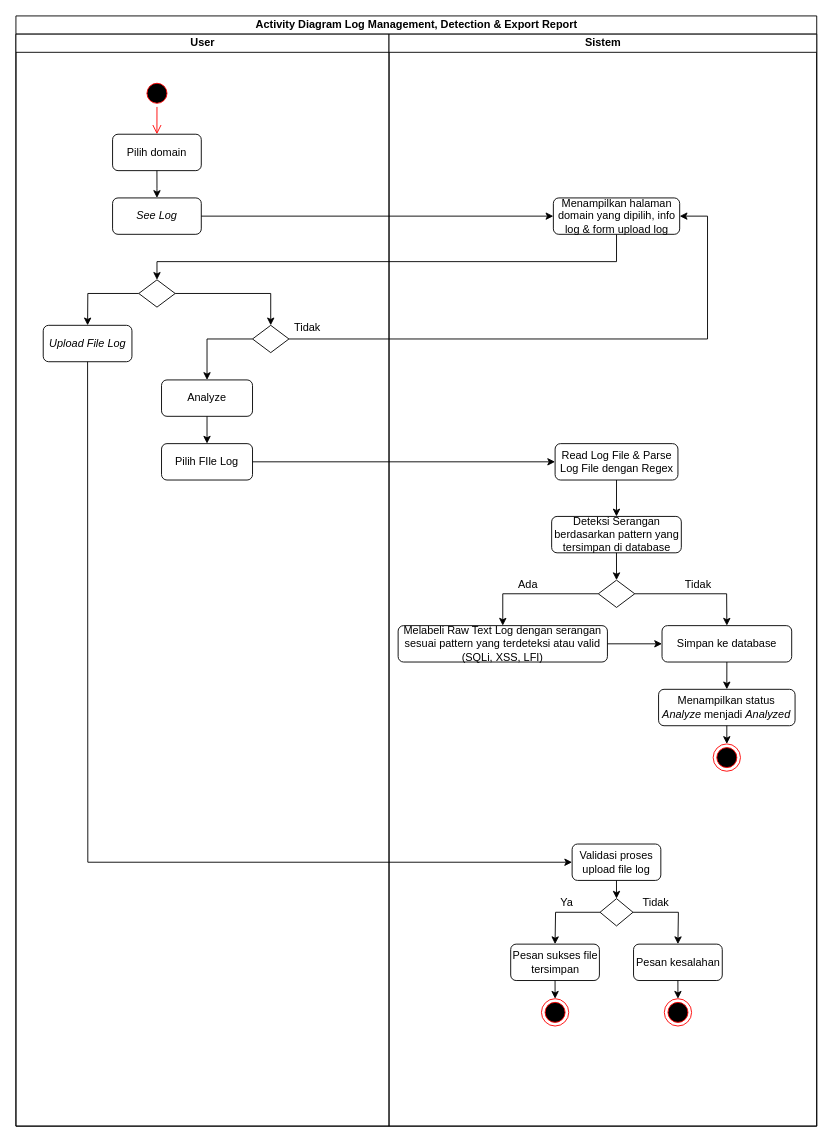
zelsaddr/All-Diagrams keeps this draw.io diagram as page "Activity Diagram Log Management" (6 of 7) of Cara Kerja Aplikasi TA.drawio. Above is the earlier version. Source tidied: cells renumbered, new cells numbered last; positions are measured from the earlier drawing's top-left corner, leaving out a move shared by most shapes. Both pictures are drawn from the tidied source at 91%, with x=0, y=0 at pixel (15, 15).
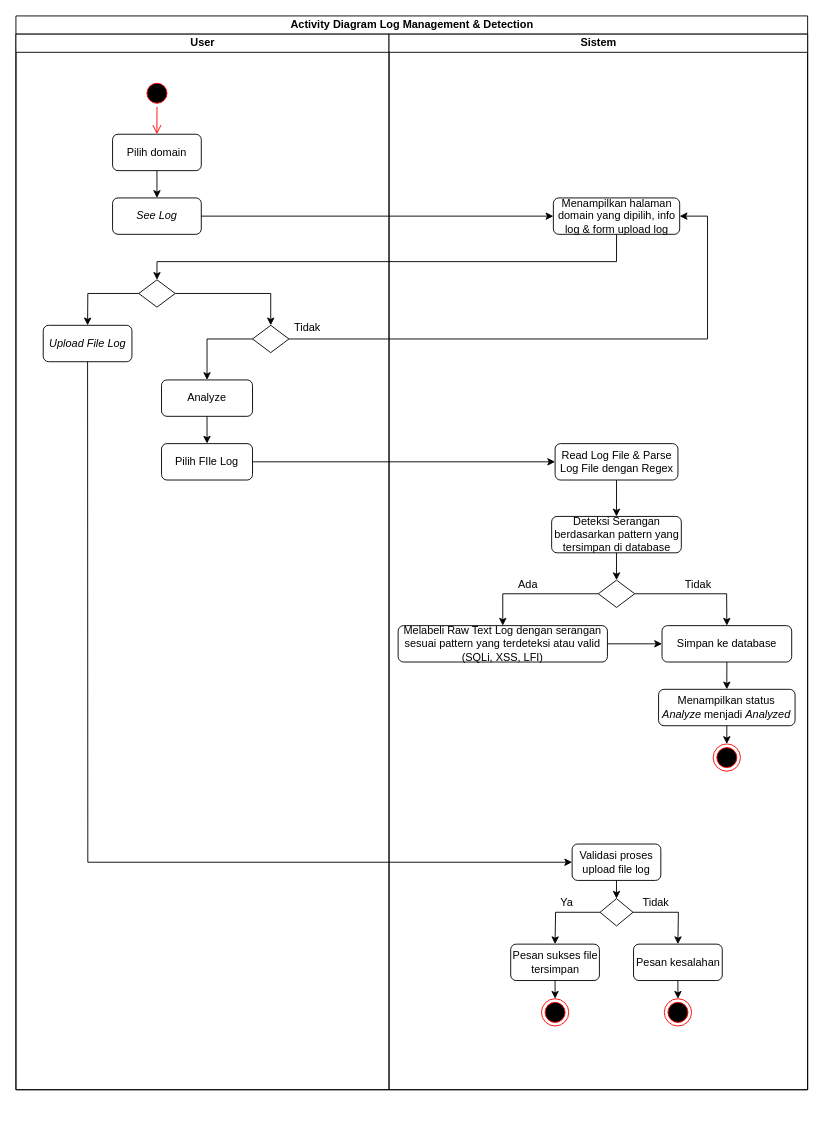
The same page after the edit.

What changed in the source:
```diff
@@
-    <mxCell id="2" value="Activity Diagram Log Management, Detection &amp;amp; Export Report" style="swimlane;startSize=20;html=1;" parent="1" vertex="1">
-      <mxGeometry width="880" height="1220" as="geometry" />
+    <mxCell id="2" value="Activity Diagram Log Management &amp;amp; Detection" style="swimlane;startSize=20;html=1;" parent="1" vertex="1">
+      <mxGeometry width="870" height="1180" as="geometry" />
     </mxCell>
     <mxCell id="3" value="User" style="swimlane;startSize=20;html=1;" parent="2" vertex="1">
-      <mxGeometry y="20" width="410" height="1200" as="geometry" />
+      <mxGeometry y="20" width="410" height="1160" as="geometry" />
     </mxCell>
@@
     <mxCell id="22" value="Sistem" style="swimlane;startSize=20;html=1;" parent="2" vertex="1">
-      <mxGeometry x="410" y="20" width="470" height="1200" as="geometry" />
+      <mxGeometry x="410" y="20" width="460" height="1160" as="geometry" />
     </mxCell>
```
